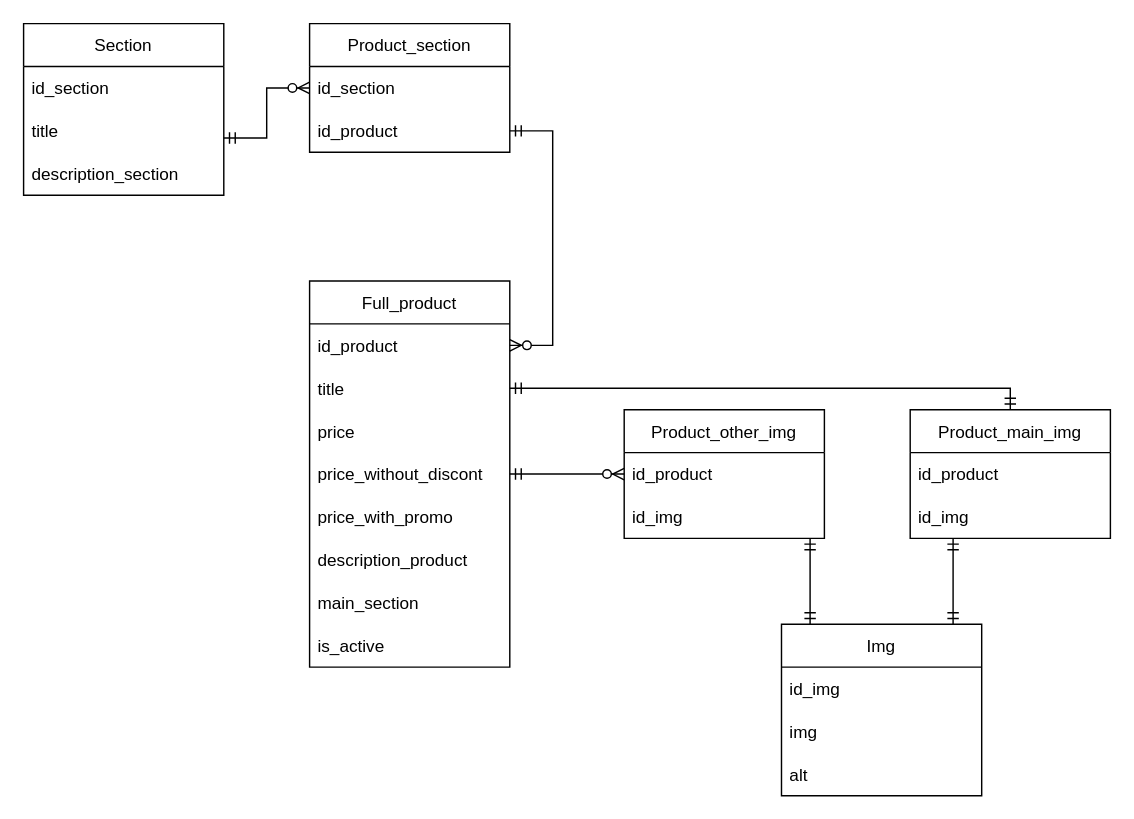
Earlier version of the draw.io diagram схема.drawio (AlexandraGribova/i20JS). Source tidied: cells renumbered, new cells numbered last; positions are measured from the earlier drawing's top-left corner, leaving out a move shared by most shapes. Both pictures are drawn from the tidied source at 143%, with x=0, y=0 at pixel (23, 23).
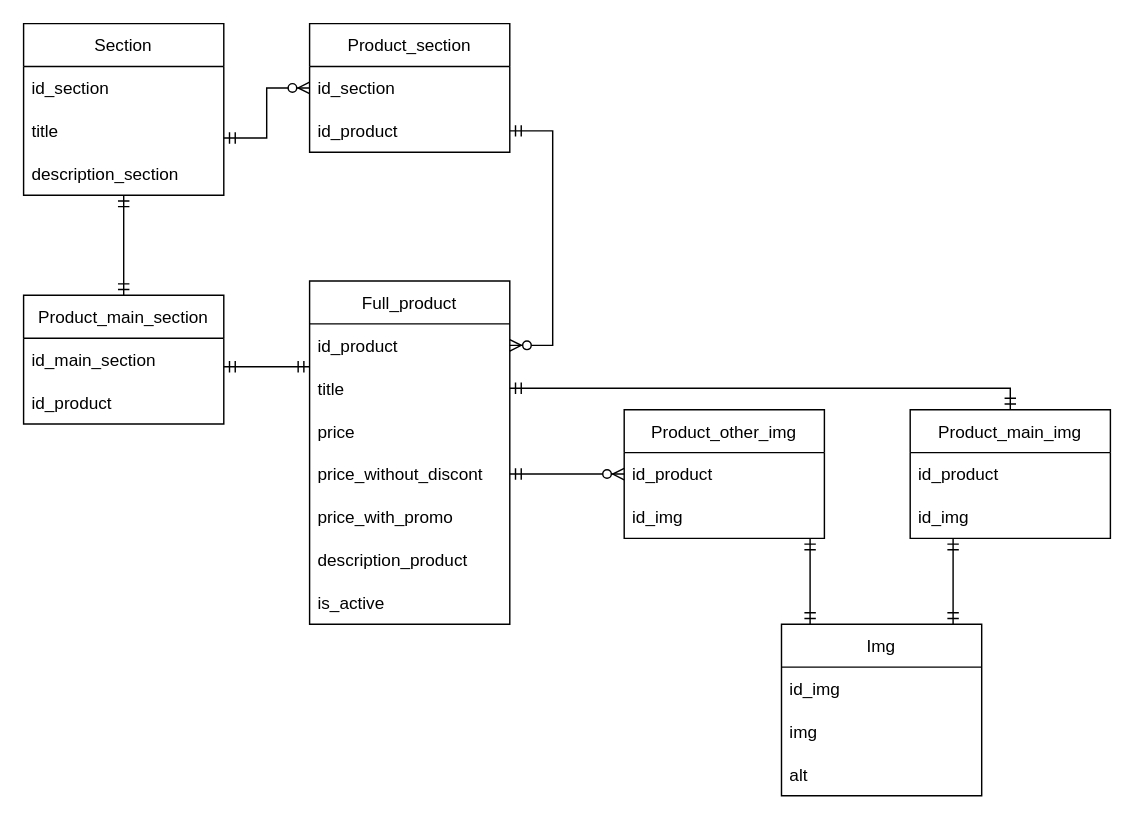
The same page after the edit.

Commit message (it also covers changes not shown here):
add table Product_main_section

Diff of the diagram source:
```diff
@@
     <mxCell id="9" value="Full_product" style="swimlane;fontStyle=0;horizontal=1;startSize=30;" parent="1" vertex="1">
-      <mxGeometry x="200" y="180" width="140" height="270" as="geometry" />
+      <mxGeometry x="200" y="180" width="140" height="240" as="geometry" />
     </mxCell>
@@
-    <mxCell id="16" value="main_section" style="text;strokeColor=none;fillColor=none;align=left;verticalAlign=middle;spacingLeft=4;spacingRight=4;overflow=hidden;" parent="9" vertex="1">
-      <mxGeometry y="210" width="140" height="30" as="geometry" />
-    </mxCell>
     <mxCell id="17" value="is_active" style="text;strokeColor=none;fillColor=none;align=left;verticalAlign=middle;spacingLeft=4;spacingRight=4;overflow=hidden;" parent="9" vertex="1">
-      <mxGeometry y="240" width="140" height="30" as="geometry" />
+      <mxGeometry y="210" width="140" height="30" as="geometry" />
     </mxCell>
@@
+    <mxCell id="34" value="Product_main_section" style="swimlane;fontStyle=0;horizontal=1;startSize=30;" parent="1" vertex="1">
+      <mxGeometry y="190" width="140" height="90" as="geometry" />
+    </mxCell>
+    <mxCell id="35" value="id_main_section" style="text;strokeColor=none;fillColor=none;align=left;verticalAlign=middle;spacingLeft=4;spacingRight=4;overflow=hidden;" parent="34" vertex="1">
+      <mxGeometry y="30" width="140" height="30" as="geometry" />
+    </mxCell>
+    <mxCell id="36" value="id_product" style="text;strokeColor=none;fillColor=none;align=left;verticalAlign=middle;spacingLeft=4;spacingRight=4;overflow=hidden;" parent="34" vertex="1">
+      <mxGeometry y="60" width="140" height="30" as="geometry" />
+    </mxCell>
+    <mxCell id="37" style="fontSize=12;html=1;endArrow=ERmandOne;startArrow=ERmandOne;rounded=0;" parent="1" edge="1">
+      <mxGeometry relative="1" as="geometry">
+        <mxPoint x="140" y="240" as="sourcePoint" />
+        <mxPoint x="200" y="240" as="targetPoint" />
+      </mxGeometry>
+    </mxCell>
+    <mxCell id="38" style="fontSize=12;html=1;endArrow=ERmandOne;startArrow=ERmandOne;rounded=0;" parent="1" edge="1">
+      <mxGeometry relative="1" as="geometry">
+        <mxPoint x="70" y="190" as="sourcePoint" />
+        <mxPoint x="70" y="120" as="targetPoint" />
+      </mxGeometry>
+    </mxCell>
```
